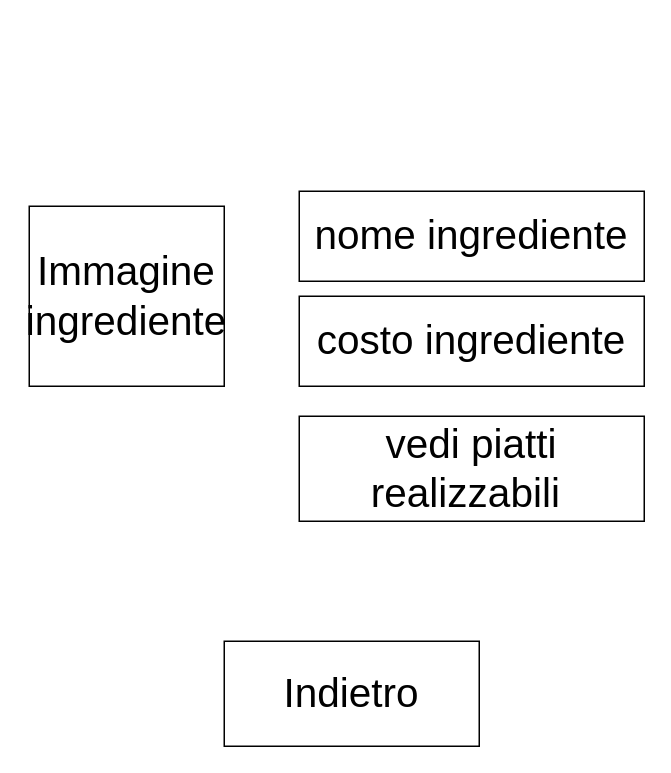
The draw.io diagram doc/Progetti Drawio/Prototipi/PrototipoInterazioneConNegozio.drawio in zSavT/Healthy-Catering, before the edit. Source tidied: cells renumbered, new cells numbered last; positions are measured from the earlier drawing's top-left corner, leaving out a move shared by most shapes. Both pictures are drawn from the tidied source at 150%, with x=0, y=0 at pixel (28, 190).
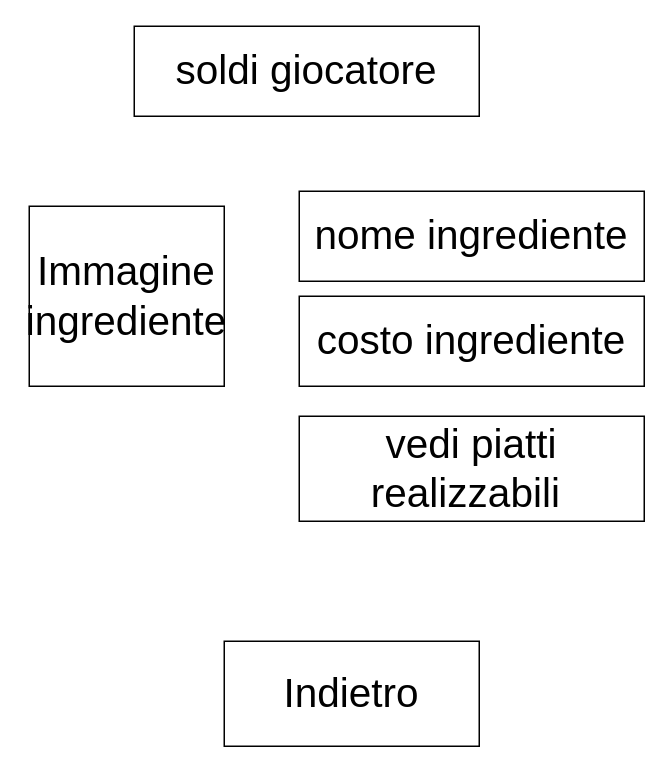
The same page after the edit.

Commit message (it also covers changes not shown here):
aggiornati prototipo e storyboard del negozio

What changed in the source:
```diff
@@
 <mxGraphModel>
   <root>
     <mxCell id="0" />
     <mxCell id="1" parent="0" />
     <mxCell id="2" value="costo ingrediente" style="rounded=0;whiteSpace=wrap;html=1;fontSize=27;" parent="1" vertex="1">
       <mxGeometry x="180" y="70" width="230" height="60" as="geometry" />
     </mxCell>
     <mxCell id="3" value="vedi piatti realizzabili&amp;nbsp;" style="rounded=0;whiteSpace=wrap;html=1;fontSize=27;" parent="1" vertex="1">
       <mxGeometry x="180" y="150" width="230" height="70" as="geometry" />
     </mxCell>
     <mxCell id="4" value="Immagine ingrediente" style="rounded=0;whiteSpace=wrap;html=1;fontSize=27;" parent="1" vertex="1">
       <mxGeometry y="10" width="130" height="120" as="geometry" />
     </mxCell>
     <mxCell id="5" value="nome ingrediente" style="rounded=0;whiteSpace=wrap;html=1;fontSize=27;" parent="1" vertex="1">
       <mxGeometry x="180" width="230" height="60" as="geometry" />
     </mxCell>
     <mxCell id="6" value="Indietro" style="rounded=0;whiteSpace=wrap;html=1;fontSize=27;" parent="1" vertex="1">
       <mxGeometry x="130" y="300" width="170" height="70" as="geometry" />
     </mxCell>
+    <mxCell id="7" value="soldi giocatore" style="rounded=0;whiteSpace=wrap;html=1;fontSize=27;" parent="1" vertex="1">
+      <mxGeometry x="70" y="-110" width="230" height="60" as="geometry" />
+    </mxCell>
   </root>
 </mxGraphModel>
```
